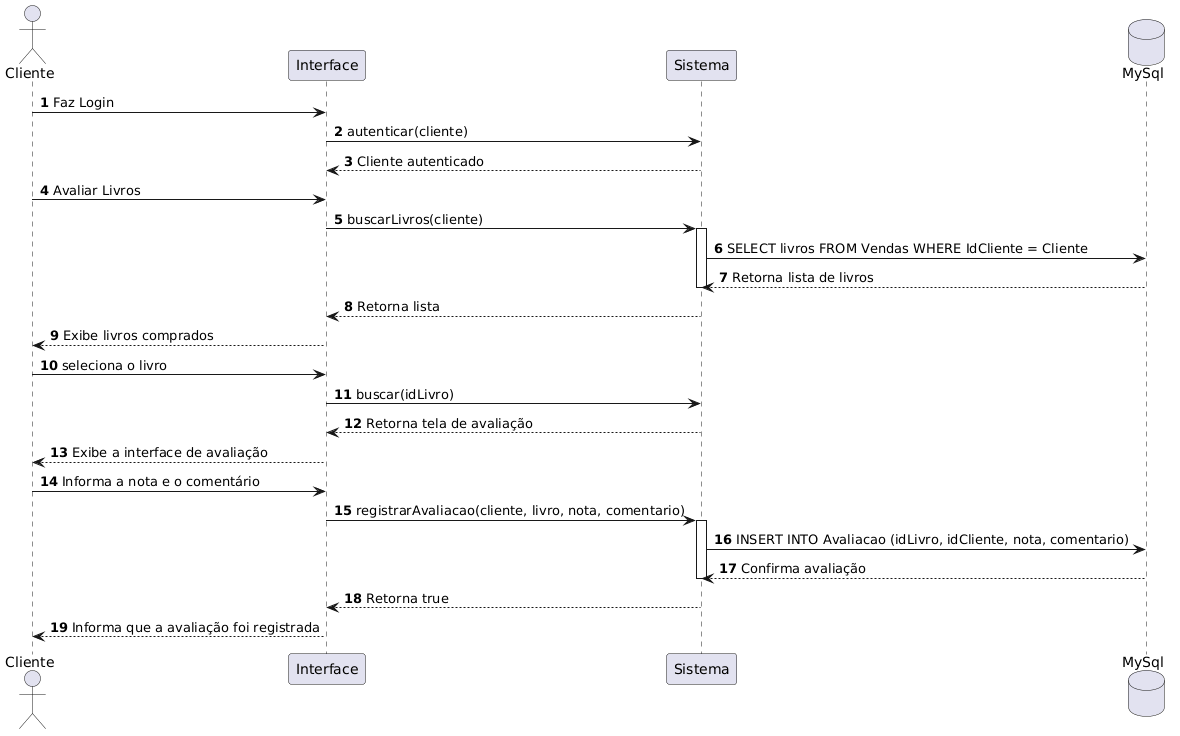
Above: Documentação/Diagramas/Diagramas de Sequencia/UC2.png in Gnunes27/Projeto-DSC (PlantUML), before the change.
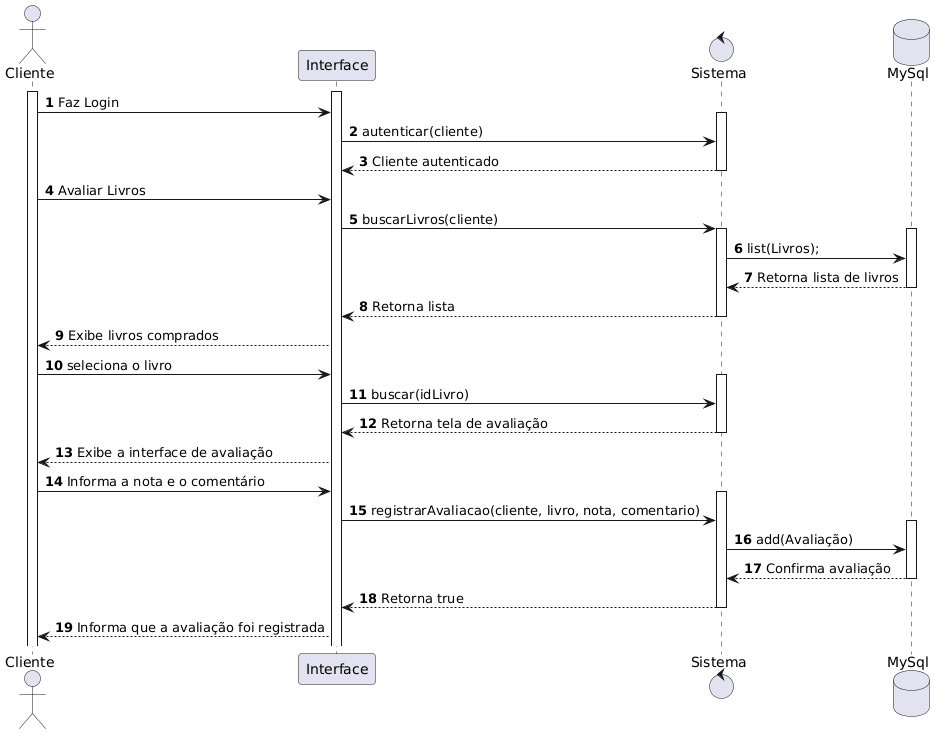
After the commit.

Change to the diagram source:
```diff
@@ -3,36 +3,47 @@
 
 actor "Cliente" as Cliente
 participant "Interface" as Tela
-participant "Sistema" as Sis
+control "Sistema" as Sis
 database "MySql" as BD
 
-
+activate Cliente
+activate Tela
 Cliente -> Tela: Faz Login
+activate Sis
 Tela -> Sis: autenticar(cliente)
 Sis --> Tela: Cliente autenticado
+deactivate Sis
 
 Cliente -> Tela: Avaliar Livros
 Tela -> Sis: buscarLivros(cliente)
 activate Sis
-Sis -> BD: SELECT livros FROM Vendas WHERE IdCliente = Cliente
+activate BD
+Sis -> BD: list(Livros);
 BD --> Sis: Retorna lista de livros
+deactivate BD
+
+Sis --> Tela: Retorna lista
 deactivate Sis
-Sis --> Tela: Retorna lista
+
 Tela --> Cliente: Exibe livros comprados
 
 Cliente -> Tela: seleciona o livro
+activate Sis
 Tela -> Sis: buscar(idLivro)
 Sis --> Tela: Retorna tela de avaliação
+deactivate Sis
 Tela --> Cliente: Exibe a interface de avaliação
 
+Cliente -> Tela: Informa a nota e o comentário
+activate Sis
+Tela -> Sis: registrarAvaliacao(cliente, livro, nota, comentario)
+activate BD
+Sis -> BD: add(Avaliação)
+BD --> Sis: Confirma avaliação
+deactivate BD
 
-Cliente -> Tela: Informa a nota e o comentário
-Tela -> Sis: registrarAvaliacao(cliente, livro, nota, comentario)
-activate Sis
-Sis -> BD: INSERT INTO Avaliacao (idLivro, idCliente, nota, comentario)
-BD --> Sis: Confirma avaliação
-deactivate Sis
 
 Sis --> Tela: Retorna true
+deactivate Sis
 Tela --> Cliente: Informa que a avaliação foi registrada
 @enduml
```
